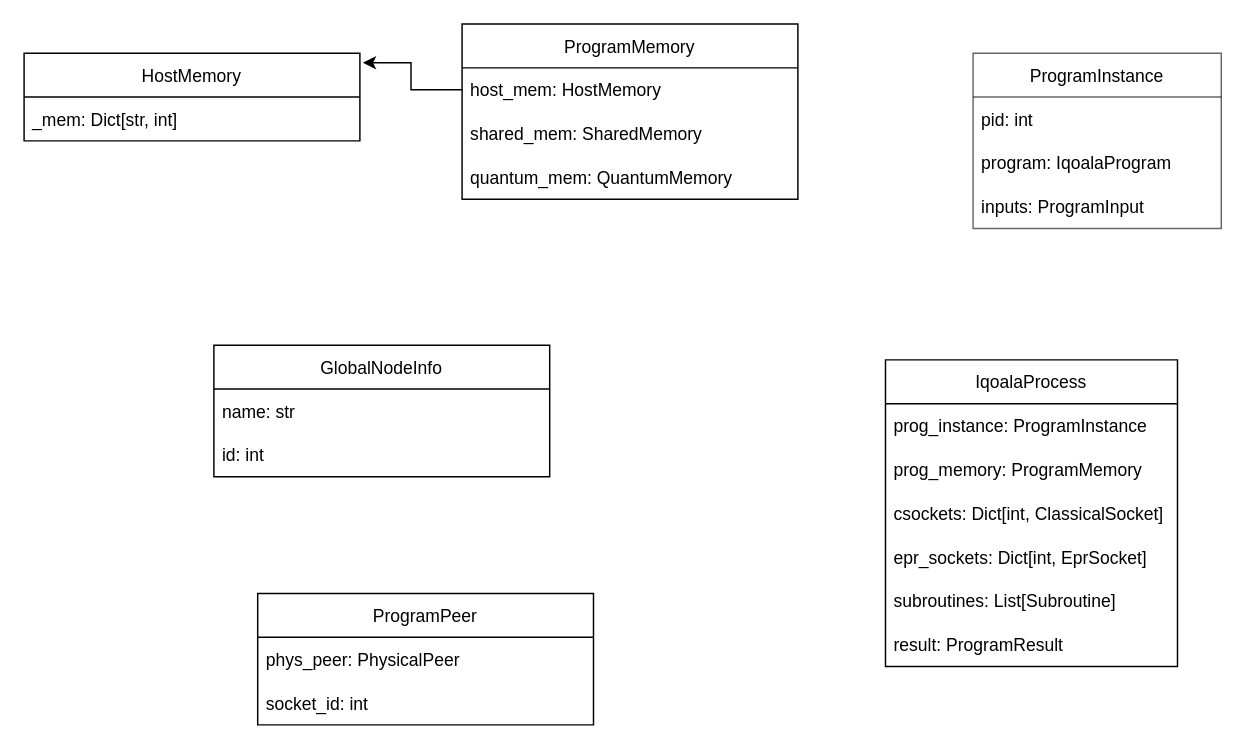
The draw.io diagram qoala/arch/runtime_classes.drawio in QuTech-Delft/qoala-sim, before the edit. Source tidied: cells renumbered, new cells numbered last; positions are measured from the earlier drawing's top-left corner, leaving out a move shared by most shapes. Both pictures are drawn from the tidied source at 146%, with x=0, y=0 at pixel (23, 23).
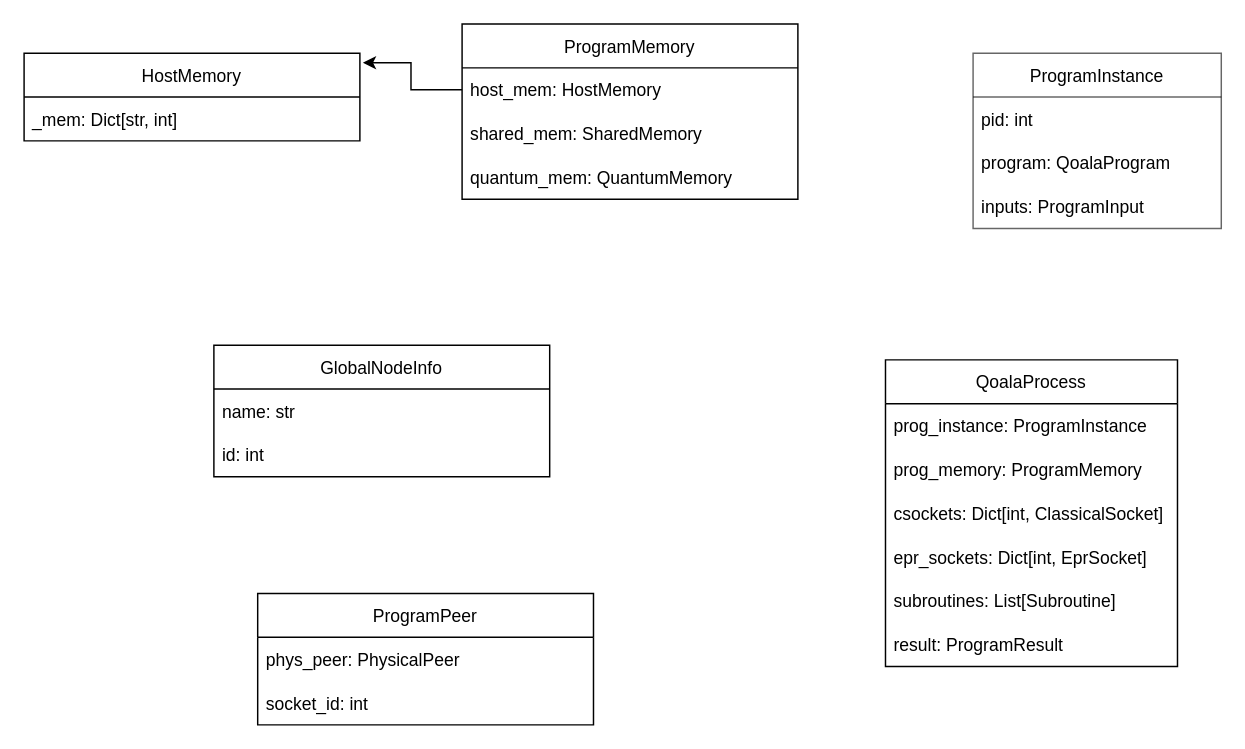
The same page after the edit.

Unchanged cells that the change refers to:
```xml
<mxCell id="13" value="ProgramInstance" style="swimlane;fontStyle=0;horizontal=1;startSize=30;strokeColor=default;fillStyle=cross-hatch;fillColor=#FFFFFF;opacity=60;" parent="1" vertex="1">
  <mxGeometry x="650" y="20" width="170" height="120" as="geometry" />
</mxCell>
```

The edit, as a diff of the source:
```diff
@@
-    <mxCell id="6" value="IqoalaProcess" style="swimlane;fontStyle=0;horizontal=1;startSize=30;" parent="1" vertex="1">
+    <mxCell id="6" value="QoalaProcess" style="swimlane;fontStyle=0;horizontal=1;startSize=30;" parent="1" vertex="1">
       <mxGeometry x="590" y="230" width="200" height="210" as="geometry" />
     </mxCell>
@@
-    <mxCell id="15" value="program: IqoalaProgram" style="text;strokeColor=none;fillColor=none;align=left;verticalAlign=middle;spacingLeft=4;spacingRight=4;overflow=hidden;" parent="13" vertex="1">
+    <mxCell id="15" value="program: QoalaProgram" style="text;strokeColor=none;fillColor=none;align=left;verticalAlign=middle;spacingLeft=4;spacingRight=4;overflow=hidden;" parent="13" vertex="1">
       <mxGeometry y="60" width="170" height="30" as="geometry" />
     </mxCell>
```
